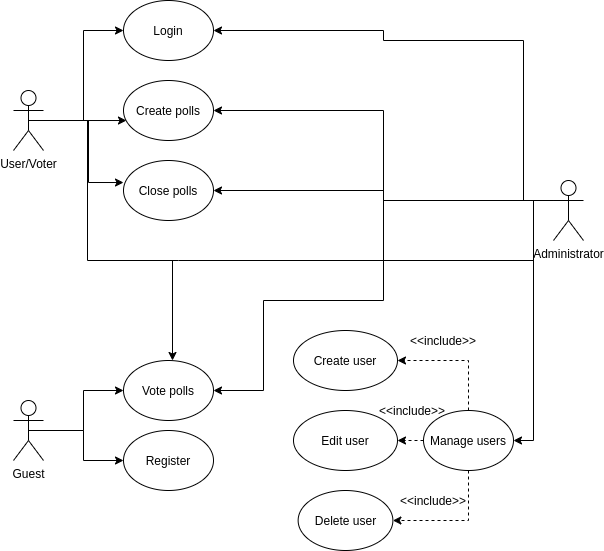
This is designdocument/assets/usecases.png from DAT250-Project-Groups-1/Design-and-Prototyping-Assignment-A, a draw.io export, as it was before one commit. Source tidied: cells renumbered, new cells last; positions are measured from the earlier drawing's top-left corner, leaving out a move shared by most shapes.
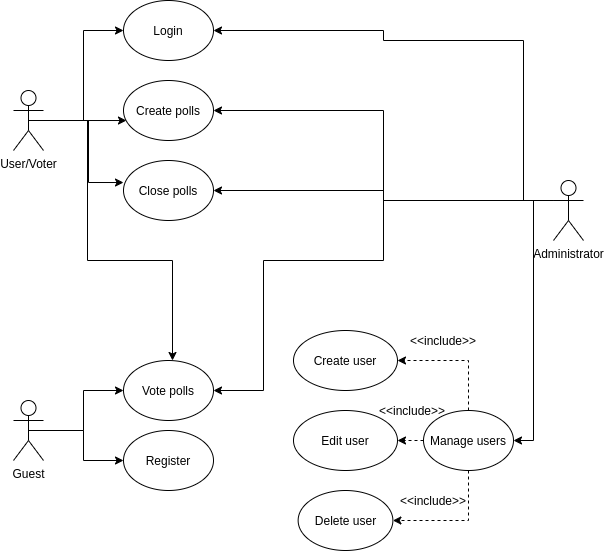
After the commit.

What changed in the source:
```diff
@@ -55,22 +55,12 @@
     <mxCell id="10" style="edgeStyle=orthogonalEdgeStyle;rounded=0;jettySize=auto;html=1;exitX=0;exitY=0.3333333333333333;exitDx=0;exitDy=0;exitPerimeter=0;entryX=1;entryY=0.5;entryDx=0;entryDy=0;" parent="1" edge="1" source="13" target="20">
       <mxGeometry relative="1" as="geometry" />
     </mxCell>
-    <mxCell id="11" style="edgeStyle=orthogonalEdgeStyle;rounded=0;jettySize=auto;html=1;exitX=0;exitY=0.3333333333333333;exitDx=0;exitDy=0;exitPerimeter=0;endArrow=none;endFill=0;" parent="1" edge="1" source="13">
-      <mxGeometry relative="1" as="geometry">
-        <mxPoint x="155" y="260" as="targetPoint" />
-        <Array as="points">
-          <mxPoint x="520" y="200" />
-          <mxPoint x="520" y="260" />
-          <mxPoint x="165" y="260" />
-        </Array>
-      </mxGeometry>
-    </mxCell>
     <mxCell id="12" style="edgeStyle=orthogonalEdgeStyle;rounded=0;jettySize=auto;html=1;exitX=0;exitY=0.3333333333333333;exitDx=0;exitDy=0;exitPerimeter=0;entryX=1;entryY=0.5;entryDx=0;entryDy=0;" parent="1" edge="1" source="13" target="21">
       <mxGeometry relative="1" as="geometry">
         <Array as="points">
           <mxPoint x="370" y="200" />
-          <mxPoint x="370" y="300" />
-          <mxPoint x="250" y="300" />
+          <mxPoint x="370" y="260" />
+          <mxPoint x="250" y="260" />
           <mxPoint x="250" y="390" />
         </Array>
       </mxGeometry>
```
